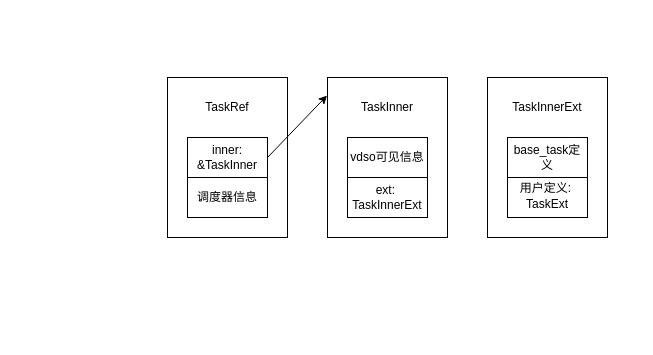
This is 25.10.9~25.10.15/vsched任务模型.drawio from rosy233333/weekly-progress, a draw.io file, before an edit. Source tidied: cells renumbered, new cells numbered last; positions are measured from the earlier drawing's top-left corner, leaving out a move shared by most shapes. Both pictures are drawn from the tidied source at 100%, with x=0, y=0 at pixel (167, 77).
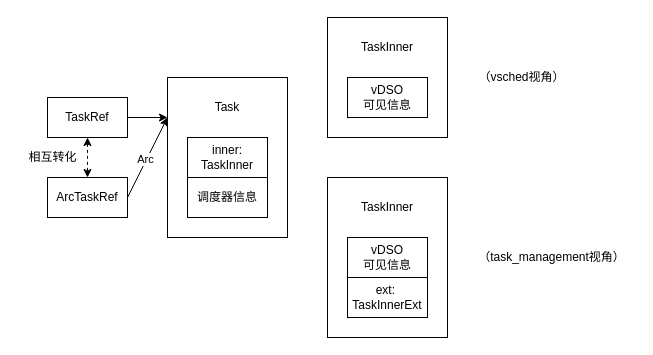
Above is the later version.

The change refers to these unchanged cells:
```xml
<mxCell id="3" style="rounded=0;whiteSpace=wrap;html=1;" parent="1" vertex="1">
  <mxGeometry width="120" height="160" as="geometry" />
</mxCell>
```

The edit, as a diff of the source:
```diff
@@
     <mxCell id="2" style="rounded=0;whiteSpace=wrap;html=1;" parent="1" vertex="1">
-      <mxGeometry x="160" width="120" height="160" as="geometry" />
+      <mxGeometry x="160" y="-60" width="120" height="120" as="geometry" />
     </mxCell>
@@
-    <mxCell id="4" value="inner: &amp;amp;TaskInner" style="rounded=0;whiteSpace=wrap;html=1;" parent="1" vertex="1">
+    <mxCell id="4" value="inner: TaskInner" style="rounded=0;whiteSpace=wrap;html=1;" parent="1" vertex="1">
       <mxGeometry x="20" y="60" width="80" height="40" as="geometry" />
     </mxCell>
@@
-    <mxCell id="6" value="TaskRef" style="text;html=1;align=center;verticalAlign=middle;whiteSpace=wrap;rounded=0;" parent="1" vertex="1">
+    <mxCell id="6" value="Task" style="text;html=1;align=center;verticalAlign=middle;whiteSpace=wrap;rounded=0;" parent="1" vertex="1">
       <mxGeometry x="30" y="10" width="60" height="40" as="geometry" />
     </mxCell>
-    <mxCell id="7" value="vdso可见信息" style="rounded=0;whiteSpace=wrap;html=1;" parent="1" vertex="1">
-      <mxGeometry x="180" y="60" width="80" height="40" as="geometry" />
+    <mxCell id="7" value="&lt;font style=&quot;color: rgb(0, 0, 0);&quot;&gt;vDSO&lt;/font&gt;&lt;div&gt;&lt;font style=&quot;color: rgb(0, 0, 0);&quot;&gt;可见信息&lt;/font&gt;&lt;/div&gt;" style="rounded=0;whiteSpace=wrap;html=1;" parent="1" vertex="1">
+      <mxGeometry x="180" width="80" height="40" as="geometry" />
     </mxCell>
+    <mxCell id="9" value="TaskInner" style="text;html=1;align=center;verticalAlign=middle;whiteSpace=wrap;rounded=0;" parent="1" vertex="1">
+      <mxGeometry x="190" y="-50" width="60" height="40" as="geometry" />
+    </mxCell>
+    <mxCell id="15" style="rounded=0;whiteSpace=wrap;html=1;" parent="1" vertex="1">
+      <mxGeometry x="160" y="100" width="120" height="160" as="geometry" />
+    </mxCell>
+    <mxCell id="16" value="&lt;font style=&quot;color: rgb(0, 0, 0);&quot;&gt;vDSO&lt;/font&gt;&lt;div&gt;&lt;font style=&quot;color: rgb(0, 0, 0);&quot;&gt;可见信息&lt;/font&gt;&lt;/div&gt;" style="rounded=0;whiteSpace=wrap;html=1;" parent="1" vertex="1">
+      <mxGeometry x="180" y="160" width="80" height="40" as="geometry" />
+    </mxCell>
     <mxCell id="8" value="&lt;div&gt;&lt;font style=&quot;color: rgb(0, 0, 0);&quot;&gt;ext:&amp;nbsp;&lt;/font&gt;&lt;/div&gt;&lt;font style=&quot;color: rgb(0, 0, 0);&quot;&gt;TaskInnerExt&lt;/font&gt;" style="rounded=0;whiteSpace=wrap;html=1;" parent="1" vertex="1">
-      <mxGeometry x="180" y="100" width="80" height="40" as="geometry" />
+      <mxGeometry x="180" y="200" width="80" height="40" as="geometry" />
     </mxCell>
-    <mxCell id="9" value="TaskInner" style="text;html=1;align=center;verticalAlign=middle;whiteSpace=wrap;rounded=0;" parent="1" vertex="1">
-      <mxGeometry x="190" y="10" width="60" height="40" as="geometry" />
-    </mxCell>
-    <mxCell id="10" style="edgeStyle=none;html=1;exitX=1;exitY=0.5;exitDx=0;exitDy=0;entryX=-0.004;entryY=0.113;entryDx=0;entryDy=0;entryPerimeter=0;" parent="1" edge="1" source="4" target="2">
-      <mxGeometry relative="1" as="geometry" />
-    </mxCell>
-    <mxCell id="11" style="rounded=0;whiteSpace=wrap;html=1;" parent="1" vertex="1">
-      <mxGeometry x="320" width="120" height="160" as="geometry" />
-    </mxCell>
-    <mxCell id="12" value="base_task定义" style="rounded=0;whiteSpace=wrap;html=1;" parent="1" vertex="1">
-      <mxGeometry x="340" y="60" width="80" height="40" as="geometry" />
-    </mxCell>
-    <mxCell id="13" value="&lt;div&gt;&lt;font face=&quot;Helvetica&quot; style=&quot;color: rgb(0, 0, 0);&quot;&gt;用户定义:&amp;nbsp;&lt;/font&gt;&lt;/div&gt;&lt;div&gt;&lt;font&gt;&lt;div style=&quot;background-color: rgb(255, 255, 255); line-height: 19px;&quot;&gt;&lt;font face=&quot;Helvetica&quot; style=&quot;color: rgb(0, 0, 0);&quot;&gt;&lt;span style=&quot;white-space: pre;&quot;&gt;TaskExt&lt;/span&gt;&lt;/font&gt;&lt;/div&gt;&lt;/font&gt;&lt;/div&gt;" style="rounded=0;whiteSpace=wrap;html=1;" parent="1" vertex="1">
-      <mxGeometry x="340" y="100" width="80" height="40" as="geometry" />
-    </mxCell>
-    <mxCell id="14" value="TaskInnerExt" style="text;html=1;align=center;verticalAlign=middle;whiteSpace=wrap;rounded=0;" parent="1" vertex="1">
-      <mxGeometry x="350" y="10" width="60" height="40" as="geometry" />
-    </mxCell>
+    <mxCell id="17" value="TaskInner" style="text;html=1;align=center;verticalAlign=middle;whiteSpace=wrap;rounded=0;" parent="1" vertex="1">
+      <mxGeometry x="190" y="110" width="60" height="40" as="geometry" />
+    </mxCell>
+    <mxCell id="18" value="（vsched视角）" style="text;html=1;align=center;verticalAlign=middle;strokeColor=none;fillColor=none;" parent="1" vertex="1">
+      <mxGeometry x="299" y="-15" width="110" height="30" as="geometry" />
+    </mxCell>
+    <mxCell id="19" value="（task_management视角）" style="text;html=1;align=center;verticalAlign=middle;strokeColor=none;fillColor=none;" parent="1" vertex="1">
+      <mxGeometry x="299" y="165" width="170" height="30" as="geometry" />
+    </mxCell>
+    <mxCell id="20" style="edgeStyle=none;html=1;exitX=1;exitY=0.5;exitDx=0;exitDy=0;entryX=0;entryY=0.25;entryDx=0;entryDy=0;" parent="1" edge="1" source="22" target="3">
+      <mxGeometry relative="1" as="geometry" />
+    </mxCell>
+    <mxCell id="21" style="edgeStyle=none;html=1;exitX=0.5;exitY=1;exitDx=0;exitDy=0;entryX=0.5;entryY=0;entryDx=0;entryDy=0;startArrow=classic;startFill=1;dashed=1;" parent="1" edge="1" source="22" target="25">
+      <mxGeometry relative="1" as="geometry" />
+    </mxCell>
+    <mxCell id="22" value="TaskRef" style="rounded=0;whiteSpace=wrap;html=1;" parent="1" vertex="1">
+      <mxGeometry x="-120" y="20" width="80" height="40" as="geometry" />
+    </mxCell>
+    <mxCell id="23" style="edgeStyle=none;html=1;exitX=1;exitY=0.5;exitDx=0;exitDy=0;entryX=0;entryY=0.25;entryDx=0;entryDy=0;" parent="1" edge="1" source="25" target="3">
+      <mxGeometry relative="1" as="geometry" />
+    </mxCell>
+    <mxCell id="24" value="Arc" style="edgeLabel;html=1;align=center;verticalAlign=middle;" parent="23" vertex="1">
+      <mxGeometry x="-0.06" y="1" relative="1" as="geometry" />
+    </mxCell>
+    <mxCell id="25" value="ArcTaskRef" style="rounded=0;whiteSpace=wrap;html=1;" parent="1" vertex="1">
+      <mxGeometry x="-120" y="100" width="80" height="40" as="geometry" />
+    </mxCell>
+    <mxCell id="26" value="相互转化" style="text;html=1;align=center;verticalAlign=middle;strokeColor=none;fillColor=none;" parent="1" vertex="1">
+      <mxGeometry x="-150" y="65" width="70" height="30" as="geometry" />
+    </mxCell>
```
